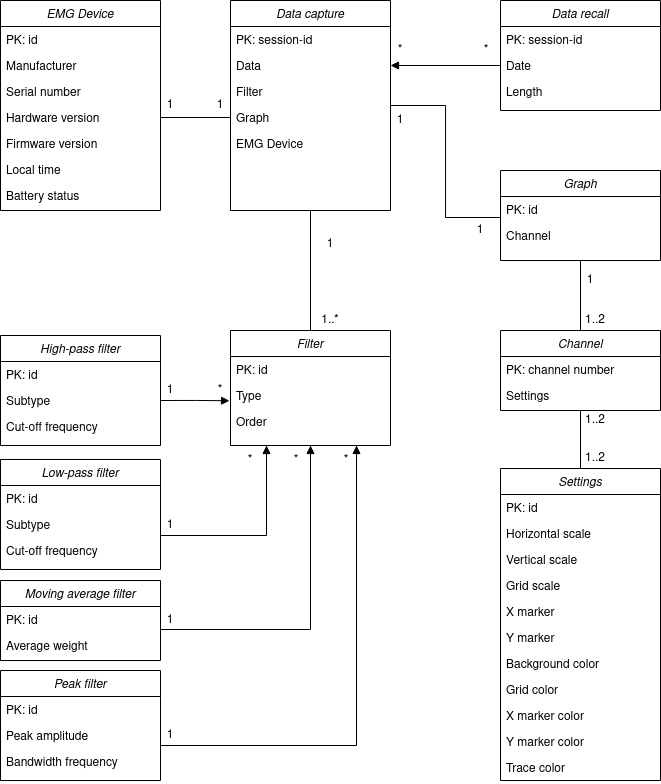
gmarato/3rq3-softreq keeps this draw.io diagram as images/Project Data Classes.png. Above is the earlier version. Source tidied: cells renumbered, new cells last; positions are measured from the earlier drawing's top-left corner, leaving out a move shared by most shapes.
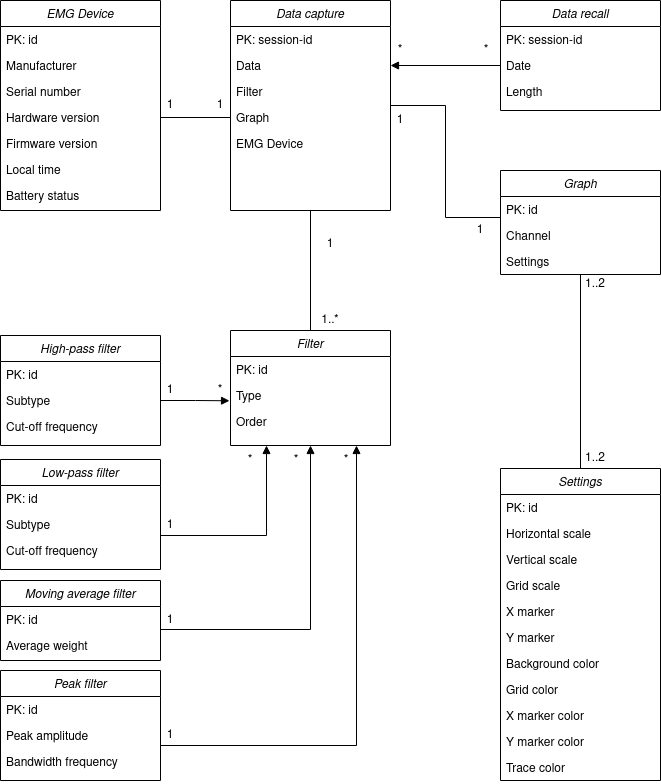
The same diagram one commit later.

Diff of the diagram source:
```diff
@@ -3,7 +3,7 @@
     <mxCell id="0" />
     <mxCell id="1" parent="0" />
     <mxCell id="2" value="Graph" style="swimlane;fontStyle=2;align=center;verticalAlign=top;horizontal=1;startSize=26;rounded=0;shadow=0;strokeWidth=1;" parent="1" vertex="1">
-      <mxGeometry x="500" y="170" width="160" height="90" as="geometry" />
+      <mxGeometry x="500" y="170" width="160" height="104" as="geometry" />
     </mxCell>
     <mxCell id="3" value="PK: id" style="text;align=left;verticalAlign=top;spacingLeft=4;spacingRight=4;overflow=hidden;" parent="2" vertex="1">
       <mxGeometry y="26" width="160" height="26" as="geometry" />
@@ -11,6 +11,9 @@
     <mxCell id="4" value="Channel" style="text;align=left;verticalAlign=top;spacingLeft=4;spacingRight=4;overflow=hidden;points=[[0,0.5],[1,0.5]];portConstraint=eastwest;rounded=0;shadow=0;html=0;" parent="2" vertex="1">
       <mxGeometry y="52" width="160" height="26" as="geometry" />
     </mxCell>
+    <mxCell id="43" value="Settings" style="text;align=left;verticalAlign=top;spacingLeft=4;spacingRight=4;overflow=hidden;rounded=0;shadow=0;html=0;" parent="2" vertex="1">
+      <mxGeometry y="78" width="160" height="26" as="geometry" />
+    </mxCell>
     <mxCell id="5" value="EMG Device" style="swimlane;fontStyle=2;align=center;verticalAlign=top;horizontal=1;startSize=26;rounded=0;shadow=0;strokeWidth=1;" parent="1" vertex="1">
       <mxGeometry width="160" height="210" as="geometry" />
     </mxCell>
@@ -116,19 +119,12 @@
     <mxCell id="39" value="Average weight" style="text;align=left;verticalAlign=top;spacingLeft=4;spacingRight=4;overflow=hidden;rounded=0;shadow=0;html=0;" parent="37" vertex="1">
       <mxGeometry y="52" width="160" height="26" as="geometry" />
     </mxCell>
-    <mxCell id="40" style="edgeStyle=orthogonalEdgeStyle;rounded=0;jettySize=auto;html=1;exitX=0.5;exitY=0;exitDx=0;exitDy=0;entryX=0.5;entryY=1;entryDx=0;entryDy=0;endArrow=none;endFill=0;" parent="1" edge="1" source="41" target="2">
-      <mxGeometry relative="1" as="geometry" />
+    <mxCell id="40" style="edgeStyle=orthogonalEdgeStyle;rounded=0;jettySize=auto;html=1;exitX=0.5;exitY=0;exitDx=0;exitDy=0;entryX=0.5;entryY=1;entryDx=0;entryDy=0;endArrow=none;endFill=0;" parent="1" edge="1" target="2">
+      <mxGeometry relative="1" as="geometry">
+        <mxPoint x="580" y="330" as="sourcePoint" />
+      </mxGeometry>
     </mxCell>
-    <mxCell id="41" value="Channel" style="swimlane;fontStyle=2;align=center;verticalAlign=top;horizontal=1;startSize=26;rounded=0;shadow=0;strokeWidth=1;" parent="1" vertex="1">
-      <mxGeometry x="500" y="330" width="160" height="80" as="geometry" />
-    </mxCell>
-    <mxCell id="42" value="PK: channel number" style="text;align=left;verticalAlign=top;spacingLeft=4;spacingRight=4;overflow=hidden;" parent="41" vertex="1">
-      <mxGeometry y="26" width="160" height="26" as="geometry" />
-    </mxCell>
-    <mxCell id="43" value="Settings" style="text;align=left;verticalAlign=top;spacingLeft=4;spacingRight=4;overflow=hidden;rounded=0;shadow=0;html=0;" parent="41" vertex="1">
-      <mxGeometry y="52" width="160" height="26" as="geometry" />
-    </mxCell>
-    <mxCell id="44" style="edgeStyle=orthogonalEdgeStyle;rounded=0;jettySize=auto;html=1;exitX=0.5;exitY=0;exitDx=0;exitDy=0;entryX=0.5;entryY=1;entryDx=0;entryDy=0;endArrow=none;endFill=0;" parent="1" edge="1" source="45" target="41">
+    <mxCell id="44" style="edgeStyle=orthogonalEdgeStyle;rounded=0;jettySize=auto;html=1;exitX=0.5;exitY=0;exitDx=0;exitDy=0;entryX=0;entryY=1;entryDx=0;entryDy=0;endArrow=none;endFill=0;" parent="1" edge="1" source="45" target="62">
       <mxGeometry relative="1" as="geometry" />
     </mxCell>
     <mxCell id="45" value="Settings" style="swimlane;fontStyle=2;align=center;verticalAlign=top;horizontal=1;startSize=26;rounded=0;shadow=0;strokeWidth=1;" parent="1" vertex="1">
@@ -179,15 +175,9 @@
     <mxCell id="60" value="1" style="text;html=1;strokeColor=none;fillColor=none;align=center;verticalAlign=middle;whiteSpace=wrap;rounded=0;" parent="1" vertex="1">
       <mxGeometry x="460" y="220" width="40" height="20" as="geometry" />
     </mxCell>
-    <mxCell id="61" value="1" style="text;html=1;strokeColor=none;fillColor=none;align=center;verticalAlign=middle;whiteSpace=wrap;rounded=0;" parent="1" vertex="1">
-      <mxGeometry x="570" y="270" width="40" height="20" as="geometry" />
-    </mxCell>
     <mxCell id="62" value="1..2" style="text;html=1;strokeColor=none;fillColor=none;align=center;verticalAlign=middle;whiteSpace=wrap;rounded=0;" parent="1" vertex="1">
-      <mxGeometry x="580" y="310" width="30" height="20" as="geometry" />
+      <mxGeometry x="580" y="274" width="30" height="20" as="geometry" />
     </mxCell>
-    <mxCell id="63" value="1..2" style="text;html=1;strokeColor=none;fillColor=none;align=center;verticalAlign=middle;whiteSpace=wrap;rounded=0;" parent="1" vertex="1">
-      <mxGeometry x="575" y="410" width="40" height="20" as="geometry" />
-    </mxCell>
     <mxCell id="64" value="1..2" style="text;html=1;strokeColor=none;fillColor=none;align=center;verticalAlign=middle;whiteSpace=wrap;rounded=0;" parent="1" vertex="1">
       <mxGeometry x="575" y="448" width="40" height="20" as="geometry" />
     </mxCell>
```
